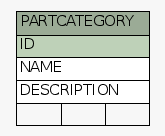
Before: dictionary/Fishbowl2013.5/diagrams/summary/PARTCATEGORY.1degree.png, a diagram exported from Graphviz (ilopez/FishbowlDataDictionary). Its source is kept beside it as dictionary/Fishbowl2013.5/diagrams/summary/PARTCATEGORY.1degree.dot. Its diagram source:
```dot
digraph "PARTCATEGORY" {
  graph [
    rankdir="RL"
    bgcolor="#f7f7f7"
    nodesep="0.18"
    ranksep="0.46"
    fontname="Helvetica"
    fontsize="11"
  ];
  node [
    fontname="Helvetica"
    fontsize="11"
    shape="plaintext"
  ];
  edge [
    arrowsize="0.8"
  ];
  "PARTCATEGORY" [
    label=<
    <TABLE BORDER="0" CELLBORDER="1" CELLSPACING="0" BGCOLOR="#ffffff">
      <TR><TD COLSPAN="3" BGCOLOR="#9bab96" ALIGN="CENTER">PARTCATEGORY</TD></TR>
      <TR><TD PORT="ID" COLSPAN="3" BGCOLOR="#bed1b8" ALIGN="LEFT">ID</TD></TR>
      <TR><TD PORT="NAME" COLSPAN="3" ALIGN="LEFT">NAME</TD></TR>
      <TR><TD PORT="DESCRIPTION" COLSPAN="3" ALIGN="LEFT">DESCRIPTION</TD></TR>
      <TR><TD ALIGN="LEFT" BGCOLOR="#f7f7f7">  </TD><TD ALIGN="RIGHT" BGCOLOR="#f7f7f7">  </TD><TD ALIGN="RIGHT" BGCOLOR="#f7f7f7">  </TD></TR>
    </TABLE>>
    URL="tables/PARTCATEGORY.html"
    tooltip="PARTCATEGORY"
  ];
}
```
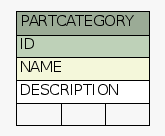
After the change.

The edit, as a diff of the source:
```diff
@@ -20,7 +20,7 @@
     <TABLE BORDER="0" CELLBORDER="1" CELLSPACING="0" BGCOLOR="#ffffff">
       <TR><TD COLSPAN="3" BGCOLOR="#9bab96" ALIGN="CENTER">PARTCATEGORY</TD></TR>
       <TR><TD PORT="ID" COLSPAN="3" BGCOLOR="#bed1b8" ALIGN="LEFT">ID</TD></TR>
-      <TR><TD PORT="NAME" COLSPAN="3" ALIGN="LEFT">NAME</TD></TR>
+      <TR><TD PORT="NAME" COLSPAN="3" BGCOLOR="#f4f7da" ALIGN="LEFT">NAME</TD></TR>
       <TR><TD PORT="DESCRIPTION" COLSPAN="3" ALIGN="LEFT">DESCRIPTION</TD></TR>
       <TR><TD ALIGN="LEFT" BGCOLOR="#f7f7f7">  </TD><TD ALIGN="RIGHT" BGCOLOR="#f7f7f7">  </TD><TD ALIGN="RIGHT" BGCOLOR="#f7f7f7">  </TD></TR>
     </TABLE>>
```
